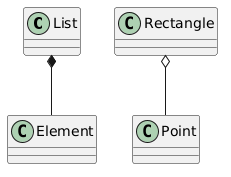
This is Java/studbook/img/33_oop_relations/Aggregation_composition.png from VetrovSV/OOP, a PlantUML export, as it was before one commit.
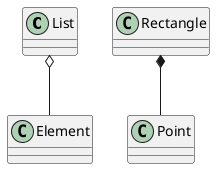
Above is the later version.

Commit message:
upd: java oop: agregation

The edit, as a diff of the source:
```diff
@@ -1,5 +1,7 @@
 @startuml
-List *--  Element
 
-Rectangle o-- Point
+List o--  Element
+
+Rectangle *-- Point
+
 @enduml
```
